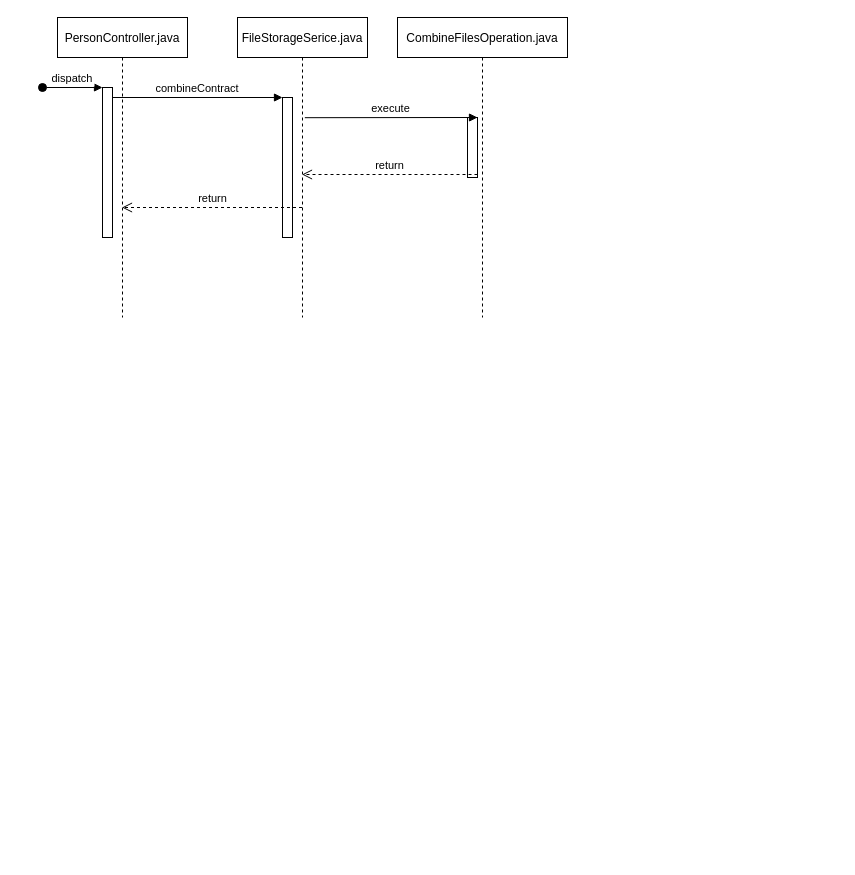
This is Untitled Diagram.drawio from abhishekdixitg/abhishekdixitg, a draw.io file, before an edit. Source tidied: cells renumbered, new cells numbered last; positions are measured from the earlier drawing's top-left corner, leaving out a move shared by most shapes. Both pictures are drawn from the tidied source at 100%, with x=0, y=0 at pixel (42, 17).
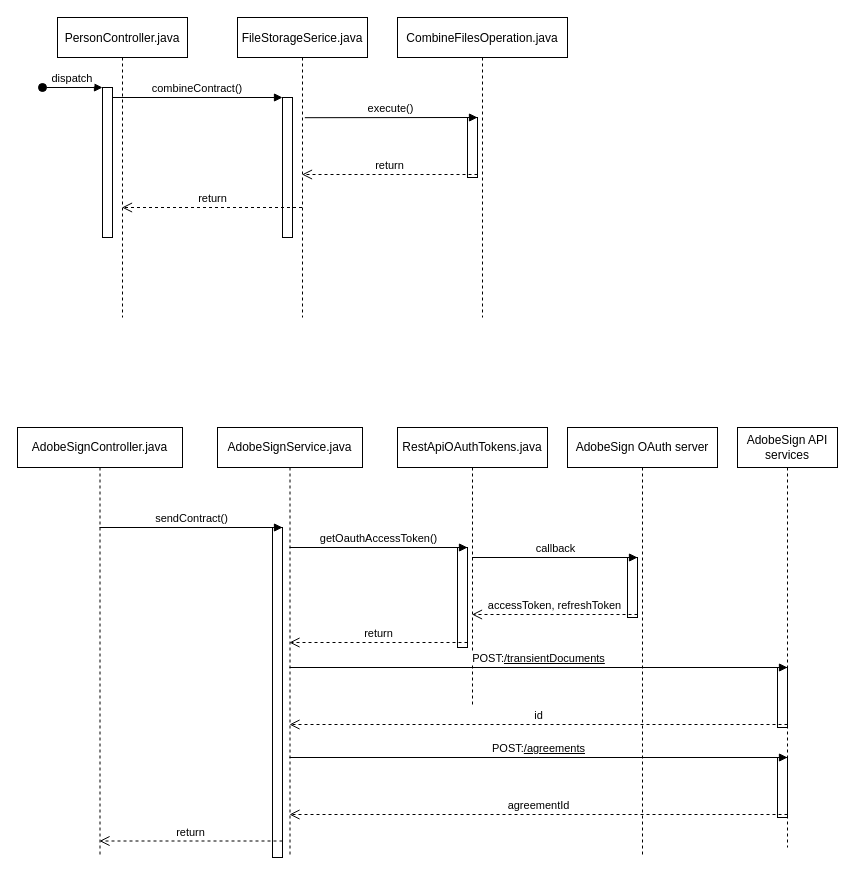
After the change.

Commit message:
combine PDF

Unchanged cells that the change refers to:
```xml
<mxCell id="3" style="points=[];perimeter=orthogonalPerimeter;rounded=0;shadow=0;strokeWidth=1;" parent="2" vertex="1">
  <mxGeometry x="45" y="70" width="10" height="150" as="geometry" />
</mxCell>
<mxCell id="5" value="FileStorageSerice.java" style="shape=umlLifeline;perimeter=lifelinePerimeter;rounded=0;shadow=0;strokeWidth=1;" parent="1" vertex="1">
  <mxGeometry x="195" width="130" height="300" as="geometry" />
</mxCell>
<mxCell id="6" style="points=[];perimeter=orthogonalPerimeter;rounded=0;shadow=0;strokeWidth=1;" parent="5" vertex="1">
  <mxGeometry x="45" y="80" width="10" height="140" as="geometry" />
</mxCell>
<mxCell id="9" style="html=1;points=[];perimeter=orthogonalPerimeter;" parent="8" vertex="1">
  <mxGeometry x="70" y="100" width="10" height="60" as="geometry" />
</mxCell>
```

What changed in the source:
```diff
@@
-    <mxCell id="7" value="combineContract" style="verticalAlign=bottom;endArrow=block;entryX=0;entryY=0;shadow=0;strokeWidth=1;" parent="1" edge="1" source="3" target="6">
+    <mxCell id="7" value="combineContract()" style="verticalAlign=bottom;endArrow=block;entryX=0;entryY=0;shadow=0;strokeWidth=1;" parent="1" edge="1" source="3" target="6">
       <mxGeometry relative="1" as="geometry" />
     </mxCell>
@@
-    <mxCell id="10" value="execute" style="html=1;verticalAlign=bottom;endArrow=block;entryX=1;entryY=0;rounded=0;exitX=0.518;exitY=0.334;exitDx=0;exitDy=0;exitPerimeter=0;" parent="1" edge="1" source="5" target="9">
+    <mxCell id="10" value="execute()" style="html=1;verticalAlign=bottom;endArrow=block;entryX=1;entryY=0;rounded=0;exitX=0.518;exitY=0.334;exitDx=0;exitDy=0;exitPerimeter=0;" parent="1" edge="1" source="5" target="9">
       <mxGeometry relative="1" as="geometry" />
     </mxCell>
@@
+    <mxCell id="13" value="AdobeSignController.java" style="shape=umlLifeline;perimeter=lifelinePerimeter;whiteSpace=wrap;html=1;outlineConnect=0;" parent="1" vertex="1">
+      <mxGeometry x="-25" y="410" width="165" height="430" as="geometry" />
+    </mxCell>
+    <mxCell id="14" value="AdobeSignService.java" style="shape=umlLifeline;perimeter=lifelinePerimeter;whiteSpace=wrap;html=1;outlineConnect=0;" parent="1" vertex="1">
+      <mxGeometry x="175" y="410" width="145" height="430" as="geometry" />
+    </mxCell>
+    <mxCell id="15" style="html=1;points=[];perimeter=orthogonalPerimeter;" parent="14" vertex="1">
+      <mxGeometry x="55" y="100" width="10" height="330" as="geometry" />
+    </mxCell>
+    <mxCell id="16" value="sendContract()" style="html=1;verticalAlign=bottom;endArrow=block;entryX=1;entryY=0;rounded=0;" parent="1" edge="1" source="13" target="15">
+      <mxGeometry relative="1" as="geometry" />
+    </mxCell>
+    <mxCell id="17" value="return" style="html=1;verticalAlign=bottom;endArrow=open;dashed=1;endSize=8;exitX=1;exitY=0.95;rounded=0;" parent="1" edge="1" source="15" target="13">
+      <mxGeometry relative="1" as="geometry" />
+    </mxCell>
+    <mxCell id="18" value="RestApiOAuthTokens.java" style="shape=umlLifeline;perimeter=lifelinePerimeter;whiteSpace=wrap;html=1;outlineConnect=0;" parent="1" vertex="1">
+      <mxGeometry x="355" y="410" width="150" height="280" as="geometry" />
+    </mxCell>
+    <mxCell id="19" style="html=1;points=[];perimeter=orthogonalPerimeter;" parent="18" vertex="1">
+      <mxGeometry x="60" y="120" width="10" height="100" as="geometry" />
+    </mxCell>
+    <mxCell id="20" value="getOauthAccessToken()" style="html=1;verticalAlign=bottom;endArrow=block;entryX=1;entryY=0;rounded=0;" parent="1" edge="1" source="14" target="19">
+      <mxGeometry relative="1" as="geometry" />
+    </mxCell>
+    <mxCell id="21" value="return" style="html=1;verticalAlign=bottom;endArrow=open;dashed=1;endSize=8;exitX=1;exitY=0.95;rounded=0;" parent="1" edge="1" source="19" target="14">
+      <mxGeometry relative="1" as="geometry" />
+    </mxCell>
+    <mxCell id="22" value="AdobeSign OAuth server" style="shape=umlLifeline;perimeter=lifelinePerimeter;whiteSpace=wrap;html=1;" parent="1" vertex="1">
+      <mxGeometry x="525" y="410" width="150" height="430" as="geometry" />
+    </mxCell>
+    <mxCell id="23" style="html=1;points=[];perimeter=orthogonalPerimeter;" parent="22" vertex="1">
+      <mxGeometry x="60" y="130" width="10" height="60" as="geometry" />
+    </mxCell>
+    <mxCell id="24" value="callback" style="html=1;verticalAlign=bottom;endArrow=block;entryX=1;entryY=0;rounded=0;" parent="1" edge="1" source="18" target="23">
+      <mxGeometry relative="1" as="geometry" />
+    </mxCell>
+    <mxCell id="25" value="accessToken, refreshToken" style="html=1;verticalAlign=bottom;endArrow=open;dashed=1;endSize=8;exitX=1;exitY=0.95;rounded=0;" parent="1" edge="1" source="23" target="18">
+      <mxGeometry relative="1" as="geometry" />
+    </mxCell>
+    <mxCell id="26" value="AdobeSign API services" style="shape=umlLifeline;perimeter=lifelinePerimeter;whiteSpace=wrap;html=1;" parent="1" vertex="1">
+      <mxGeometry x="695" y="410" width="100" height="420" as="geometry" />
+    </mxCell>
+    <mxCell id="27" style="html=1;points=[];perimeter=orthogonalPerimeter;" parent="26" vertex="1">
+      <mxGeometry x="40" y="240" width="10" height="60" as="geometry" />
+    </mxCell>
+    <mxCell id="28" style="html=1;points=[];perimeter=orthogonalPerimeter;" parent="26" vertex="1">
+      <mxGeometry x="40" y="330" width="10" height="60" as="geometry" />
+    </mxCell>
+    <mxCell id="29" value="POST:&lt;a style=&quot;font: inherit; text-align: left; color: black; margin: 0px; padding: 0px; border: 0px; vertical-align: baseline;&quot; class=&quot;toggleOperation&quot; href=&quot;https://abhishekdixitg.in1.echosign.com/public/docs/restapi/v6#!/transientDocuments/createTransientDocument&quot;&gt;/transientDocuments&lt;/a&gt;" style="html=1;verticalAlign=bottom;endArrow=block;entryX=1;entryY=0;rounded=0;" parent="1" edge="1" source="14" target="27">
+      <mxGeometry relative="1" as="geometry" />
+    </mxCell>
+    <mxCell id="30" value="id" style="html=1;verticalAlign=bottom;endArrow=open;dashed=1;endSize=8;exitX=1;exitY=0.95;rounded=0;" parent="1" edge="1" source="27" target="14">
+      <mxGeometry relative="1" as="geometry" />
+    </mxCell>
+    <mxCell id="31" value="POST:&lt;a style=&quot;font: inherit; text-align: left; color: black; margin: 0px; padding: 0px; border: 0px; vertical-align: baseline;&quot; class=&quot;toggleOperation&quot; href=&quot;https://abhishekdixitg.in1.echosign.com/public/docs/restapi/v6#!/agreements/createAgreement&quot;&gt;/agreements&lt;/a&gt;" style="html=1;verticalAlign=bottom;endArrow=block;entryX=1;entryY=0;rounded=0;" parent="1" edge="1" source="14" target="28">
+      <mxGeometry relative="1" as="geometry" />
+    </mxCell>
+    <mxCell id="32" value="agreementId" style="html=1;verticalAlign=bottom;endArrow=open;dashed=1;endSize=8;exitX=1;exitY=0.95;rounded=0;" parent="1" edge="1" source="28" target="14">
+      <mxGeometry relative="1" as="geometry" />
+    </mxCell>
```
